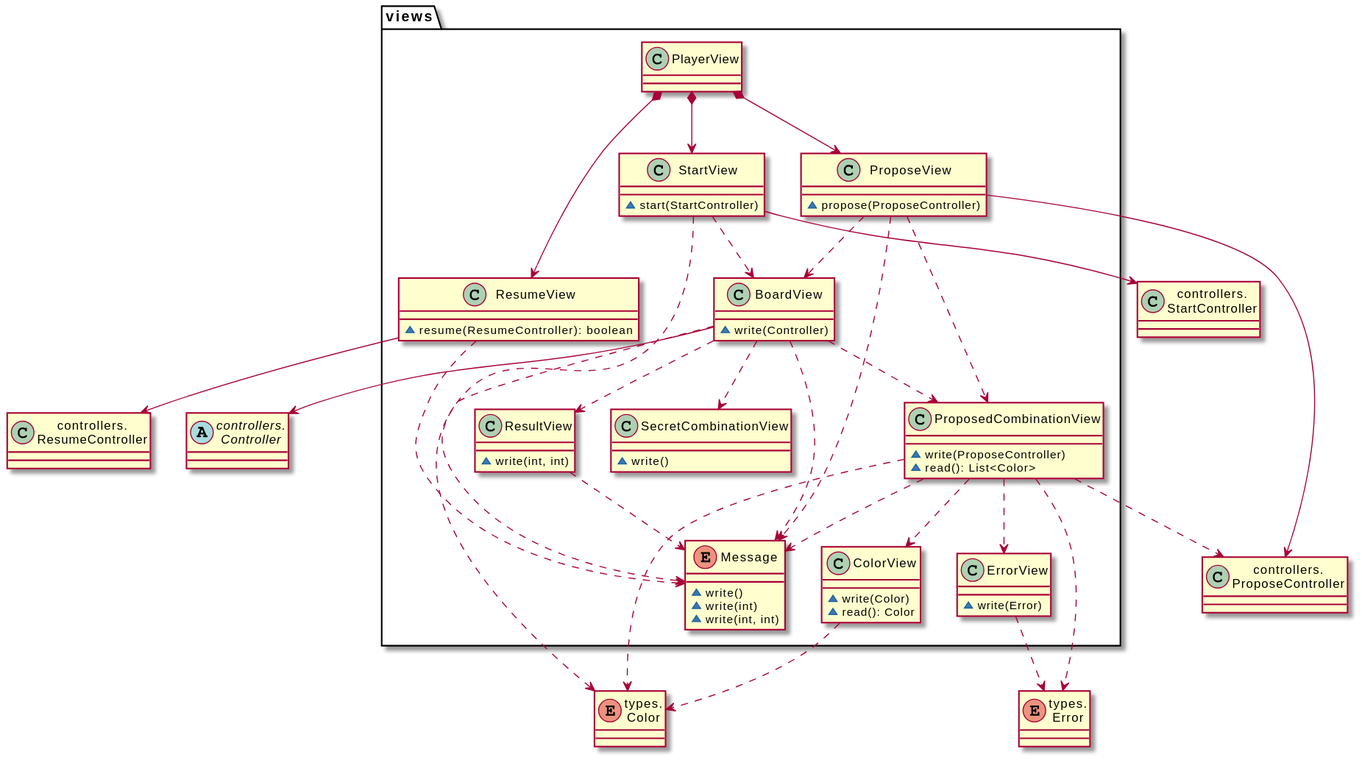
EscuelaIt/requirements keeps this PlantUML diagram as 1.Básica/docs/diagrams/out/mastermind_analisis_packages/mastermind_analisis_views.svg. Above is the earlier version. Its diagram source:
```plantuml
@startuml
package views {
    class PlayerView
    class StartView {
        ~ start(StartController)
    }
    class ProposeView {
        ~ propose(ProposeController)
    }
    class ResumeView {
        ~ resume(ResumeController): boolean
    }
    class BoardView {
        ~ write(Controller)
    }
    class ProposedCombinationView {
        ~ write(ProposeController)
        ~ read(): List<Color>
    }
    class SecretCombinationView {
        ~ write()
    }
    class ResultView {
        ~ write(int, int)
    }
    class ColorView {
        ~ write(Color)
        ~ read(): Color
    }
    enum Message {
        ~ write()
        ~ write(int)
        ~ write(int, int)
    }
    class ErrorView {
        ~ write(Error)
    }
}

PlayerView *-down-> StartView
PlayerView *-down-> ProposeView
PlayerView *-down-> ResumeView
StartView .down.> BoardView
ProposeView .down.> BoardView
BoardView .down.> ProposedCombinationView
BoardView .down.> ResultView
BoardView .down.> Message
BoardView .down.> SecretCombinationView
ProposedCombinationView .down.> ColorView
ProposedCombinationView .down.> ErrorView
ProposedCombinationView .down.> Message
ResultView .down.> Message
StartView .down.> Message
ResumeView .down.> Message
ProposeView .down.> ProposedCombinationView
ProposeView .down.> Message

class "controllers.\nProposeController" as ProposeController
class "controllers.\nStartController" as StartController
class "controllers.\nResumeController" as ResumeController
abstract class "controllers.\nController" as Controller
enum "types.\nColor" as Color
enum "types.\nError" as Error

ResumeView -down-> ResumeController
StartView -down-> StartController
ProposeView -down-> ProposeController
BoardView -down-> Controller
ProposedCombinationView .down.> ProposeController
BoardView .down.> Color
ProposedCombinationView .down.> Color
ColorView .down.> Color
ProposedCombinationView .down.> Error
ErrorView .down.> Error
@enduml
```
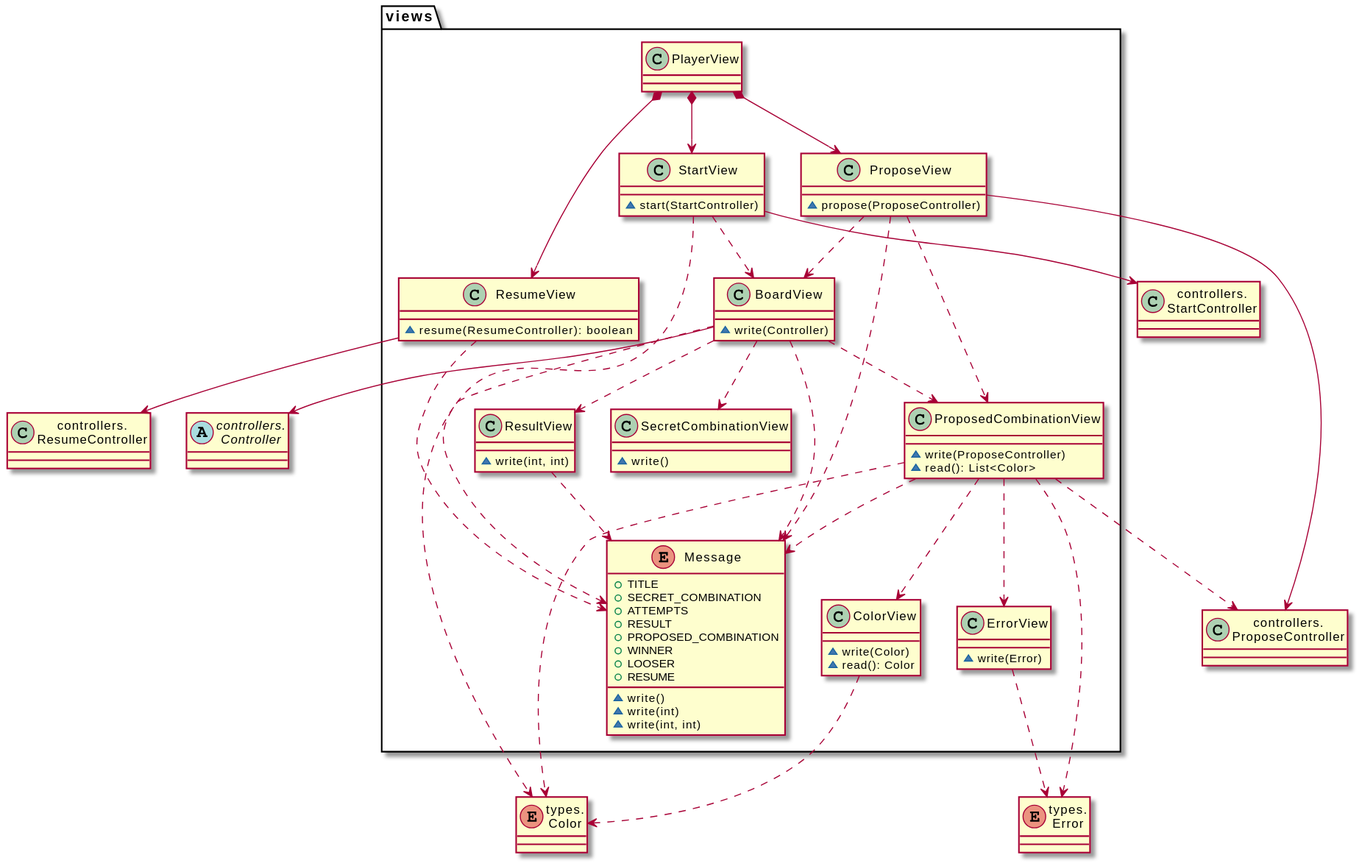
After the change.

Change to the diagram source:
```diff
@@ -28,6 +28,14 @@
         ~ read(): Color
     }
     enum Message {
+        + TITLE
+        + SECRET_COMBINATION
+        + ATTEMPTS
+        + RESULT
+        + PROPOSED_COMBINATION
+        + WINNER
+        + LOOSER
+        + RESUME
         ~ write()
         ~ write(int)
         ~ write(int, int)
```
